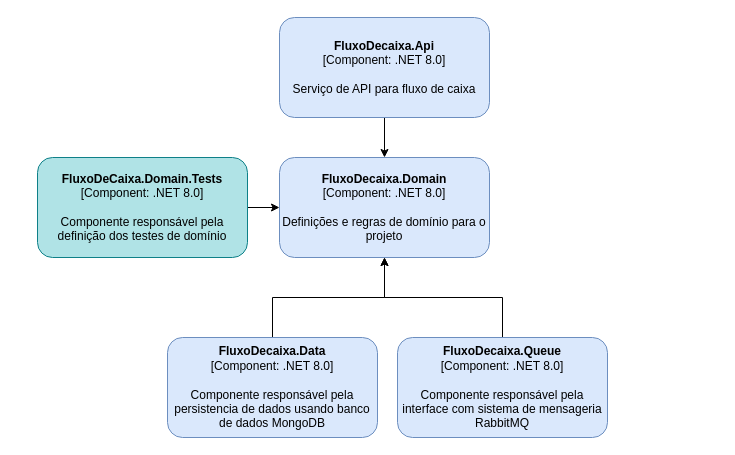
Above: page "Dependencias" (1 of 2) of docs/Solution.drawio in jrochamartins/fluxo-de-caixa (draw.io), before the change. Source tidied: cells renumbered, new cells numbered last; positions are measured from the earlier drawing's top-left corner, leaving out a move shared by most shapes. Both pictures are drawn from the tidied source at 100%, with x=0, y=0 at pixel (37, 17).
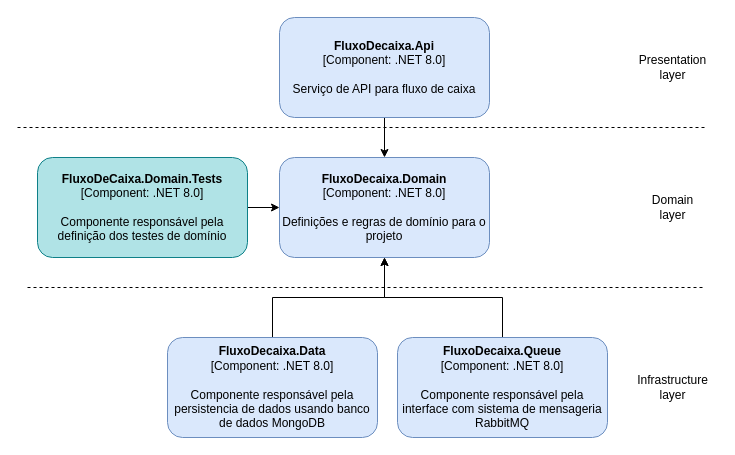
After the change.

Change to the diagram source:
```diff
@@
 <mxGraphModel>
   <root>
     <mxCell id="0" />
     <mxCell id="1" parent="0" />
     <mxCell id="2" style="edgeStyle=orthogonalEdgeStyle;rounded=0;jettySize=auto;html=1;" parent="1" edge="1" source="3" target="4">
       <mxGeometry relative="1" as="geometry" />
     </mxCell>
     <mxCell id="3" value="&lt;b&gt;FluxoDecaixa.Api&lt;/b&gt;&lt;br&gt;[Component: .NET 8.0]&lt;br&gt;&lt;br&gt;Serviço de API para fluxo de caixa" style="rounded=1;whiteSpace=wrap;html=1;fillColor=#dae8fc;strokeColor=#6c8ebf;" parent="1" vertex="1">
       <mxGeometry x="242" width="210" height="100" as="geometry" />
     </mxCell>
     <mxCell id="4" value="&lt;b&gt;FluxoDecaixa.Domain&lt;/b&gt;&lt;br&gt;[Component: .NET 8.0]&lt;br&gt;&lt;br&gt;Definições e regras de domínio para o projeto" style="rounded=1;whiteSpace=wrap;html=1;fillColor=#dae8fc;strokeColor=#6c8ebf;" parent="1" vertex="1">
       <mxGeometry x="242" y="140" width="210" height="100" as="geometry" />
     </mxCell>
     <mxCell id="5" style="edgeStyle=orthogonalEdgeStyle;rounded=0;jettySize=auto;html=1;" parent="1" edge="1" source="6" target="4">
       <mxGeometry relative="1" as="geometry" />
     </mxCell>
     <mxCell id="6" value="&lt;b&gt;FluxoDecaixa.Data&lt;/b&gt;&lt;br&gt;[Component: .NET 8.0]&lt;br&gt;&lt;br&gt;Componente responsável pela persistencia de dados usando banco de dados MongoDB" style="rounded=1;whiteSpace=wrap;html=1;fillColor=#dae8fc;strokeColor=#6c8ebf;" parent="1" vertex="1">
       <mxGeometry x="130" y="320" width="210" height="100" as="geometry" />
     </mxCell>
     <mxCell id="7" style="edgeStyle=orthogonalEdgeStyle;rounded=0;jettySize=auto;html=1;" parent="1" edge="1" source="8" target="4">
       <mxGeometry relative="1" as="geometry" />
     </mxCell>
     <mxCell id="8" value="&lt;b&gt;FluxoDecaixa.Queue&lt;/b&gt;&lt;br&gt;[Component: .NET 8.0]&lt;br&gt;&lt;br&gt;Componente responsável pela interface com sistema de mensageria RabbitMQ" style="rounded=1;whiteSpace=wrap;html=1;fillColor=#dae8fc;strokeColor=#6c8ebf;" parent="1" vertex="1">
       <mxGeometry x="360" y="320" width="210" height="100" as="geometry" />
     </mxCell>
     <mxCell id="9" style="edgeStyle=orthogonalEdgeStyle;rounded=0;jettySize=auto;html=1;" parent="1" edge="1" source="10" target="4">
       <mxGeometry relative="1" as="geometry" />
     </mxCell>
     <mxCell id="10" value="&lt;b&gt;FluxoDeCaixa.Domain.Tests&lt;/b&gt;&lt;br&gt;[Component: .NET 8.0]&lt;br&gt;&lt;br&gt;Componente responsável pela definição dos testes de domínio" style="rounded=1;whiteSpace=wrap;html=1;fillColor=#b0e3e6;strokeColor=#0e8088;" parent="1" vertex="1">
       <mxGeometry y="140" width="210" height="100" as="geometry" />
     </mxCell>
+    <mxCell id="11" style="endArrow=none;dashed=1;html=1;rounded=0;" parent="1" edge="1">
+      <mxGeometry relative="1" as="geometry">
+        <mxPoint x="-20" y="110" as="sourcePoint" />
+        <mxPoint x="670" y="110" as="targetPoint" />
+      </mxGeometry>
+    </mxCell>
+    <mxCell id="12" style="endArrow=none;dashed=1;html=1;rounded=0;" parent="1" edge="1">
+      <mxGeometry relative="1" as="geometry">
+        <mxPoint x="-10" y="270" as="sourcePoint" />
+        <mxPoint x="665" y="270" as="targetPoint" />
+      </mxGeometry>
+    </mxCell>
+    <mxCell id="13" value="Presentation&lt;br&gt;layer" style="text;html=1;align=center;verticalAlign=middle;strokeColor=none;fillColor=none;" parent="1" vertex="1">
+      <mxGeometry x="590" y="30" width="90" height="40" as="geometry" />
+    </mxCell>
+    <mxCell id="14" value="Domain&lt;br&gt;layer" style="text;html=1;align=center;verticalAlign=middle;strokeColor=none;fillColor=none;" parent="1" vertex="1">
+      <mxGeometry x="605" y="170" width="60" height="40" as="geometry" />
+    </mxCell>
+    <mxCell id="15" value="Infrastructure&lt;br&gt;layer" style="text;html=1;align=center;verticalAlign=middle;strokeColor=none;fillColor=none;" parent="1" vertex="1">
+      <mxGeometry x="590" y="350" width="90" height="40" as="geometry" />
+    </mxCell>
   </root>
 </mxGraphModel>
```
